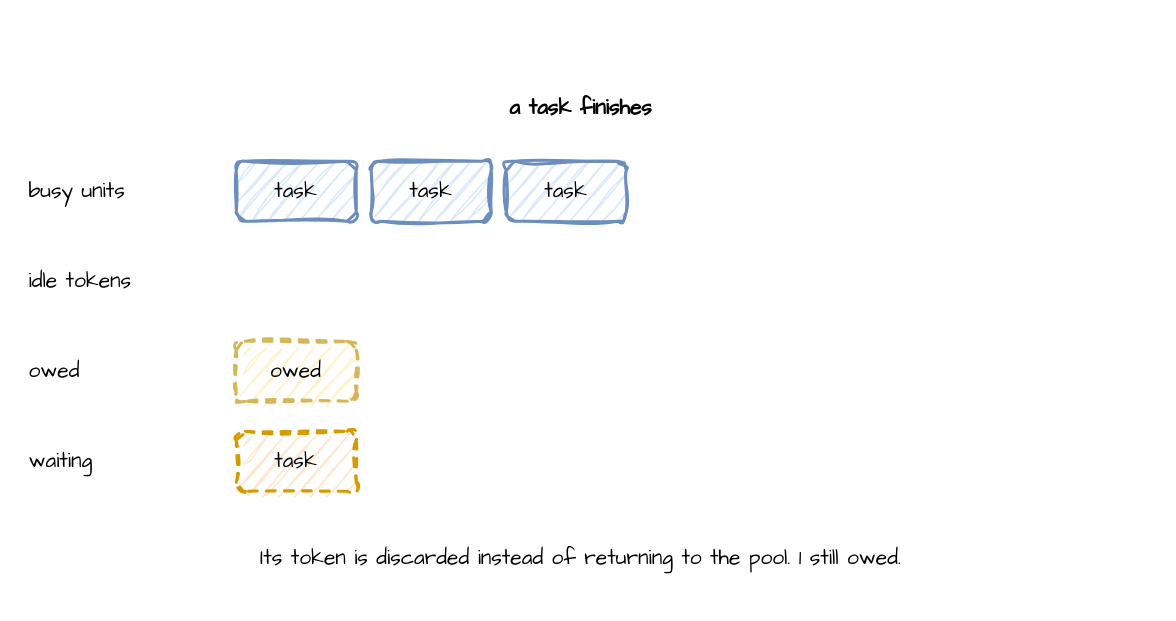
Before: page "step 3" (3 of 5) of docs/assets/diagrams/resource-shrink.drawio in jaehyeon-kim/desflow, a draw.io diagram. Source tidied: cells renumbered, new cells numbered last; positions are measured from the earlier drawing's top-left corner, leaving out a move shared by most shapes. Both pictures are drawn from the tidied source at 150%, with x=0, y=0 at pixel (26, 86).
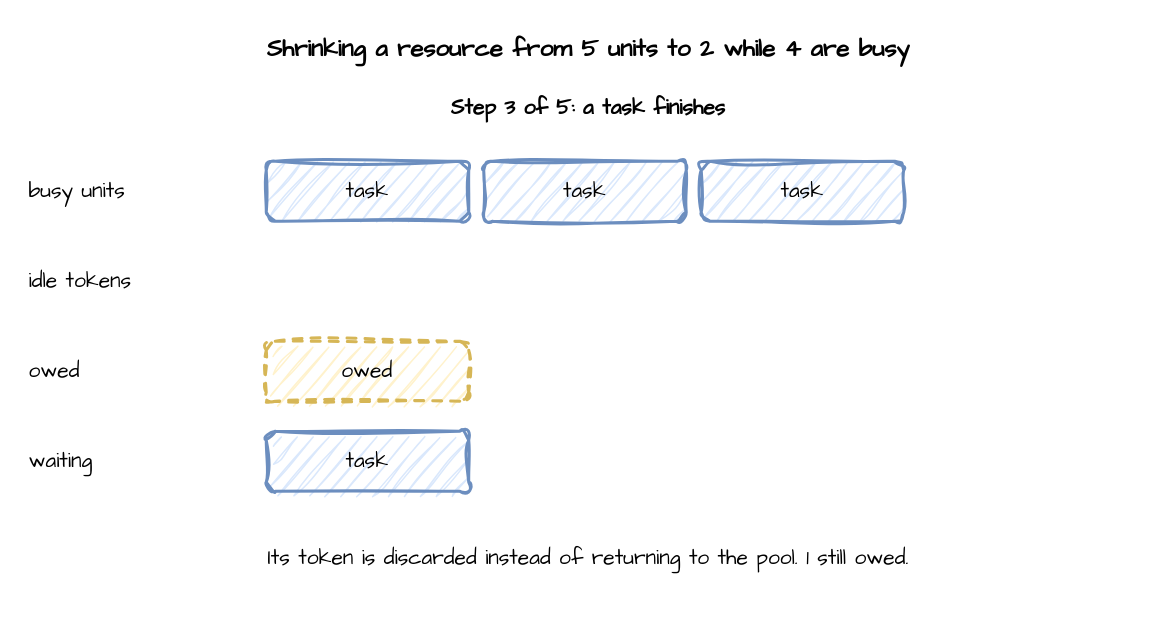
After the change.

Change to the diagram source:
```diff
@@
 <mxGraphModel>
   <root>
     <mxCell id="0" />
     <mxCell id="1" parent="0" />
+    <mxCell id="13" value="Shrinking a resource from 5 units to 2 while 4 are busy" style="text;html=1;align=center;verticalAlign=middle;whiteSpace=wrap;fontFamily=Comic Sans MS;fontSize=16;fontStyle=1;" parent="1" vertex="1">
+      <mxGeometry y="-40" width="750" height="30" as="geometry" />
+    </mxCell>
-    <mxCell id="2" value="a task finishes" style="text;html=1;align=center;verticalAlign=middle;whiteSpace=wrap;html=1;sketch=1;curveFitting=1;jiggle=2;fontFamily=Comic Sans MS;fontSize=14;fontStyle=1;" parent="1" vertex="1">
-      <mxGeometry width="740" height="30" as="geometry" />
+    <mxCell id="2" value="Step 3 of 5: a task finishes" style="text;html=1;align=center;verticalAlign=middle;whiteSpace=wrap;html=1;sketch=1;curveFitting=1;jiggle=2;fontFamily=Comic Sans MS;fontSize=14;fontStyle=1;" parent="1" vertex="1">
+      <mxGeometry width="750" height="30" as="geometry" />
     </mxCell>
     <mxCell id="3" value="busy units" style="text;html=1;align=center;verticalAlign=middle;whiteSpace=wrap;html=1;sketch=1;curveFitting=1;jiggle=2;fontFamily=Comic Sans MS;fontSize=14;align=left;" parent="1" vertex="1">
       <mxGeometry y="50" width="120" height="40" as="geometry" />
     </mxCell>
     <mxCell id="4" value="task" style="rounded=1;whiteSpace=wrap;html=1;sketch=1;curveFitting=1;jiggle=2;fontFamily=Comic Sans MS;fontSize=14;fillColor=#dae8fc;strokeColor=#6c8ebf;strokeWidth=2;" parent="1" vertex="1">
-      <mxGeometry x="140" y="50" width="80" height="40" as="geometry" />
+      <mxGeometry x="160" y="50" width="135" height="40" as="geometry" />
     </mxCell>
     <mxCell id="5" value="task" style="rounded=1;whiteSpace=wrap;html=1;sketch=1;curveFitting=1;jiggle=2;fontFamily=Comic Sans MS;fontSize=14;fillColor=#dae8fc;strokeColor=#6c8ebf;strokeWidth=2;" parent="1" vertex="1">
-      <mxGeometry x="230" y="50" width="80" height="40" as="geometry" />
+      <mxGeometry x="305" y="50" width="135" height="40" as="geometry" />
     </mxCell>
     <mxCell id="6" value="task" style="rounded=1;whiteSpace=wrap;html=1;sketch=1;curveFitting=1;jiggle=2;fontFamily=Comic Sans MS;fontSize=14;fillColor=#dae8fc;strokeColor=#6c8ebf;strokeWidth=2;" parent="1" vertex="1">
-      <mxGeometry x="320" y="50" width="80" height="40" as="geometry" />
+      <mxGeometry x="450" y="50" width="135" height="40" as="geometry" />
     </mxCell>
     <mxCell id="7" value="idle tokens" style="text;html=1;align=center;verticalAlign=middle;whiteSpace=wrap;html=1;sketch=1;curveFitting=1;jiggle=2;fontFamily=Comic Sans MS;fontSize=14;align=left;" parent="1" vertex="1">
       <mxGeometry y="110" width="120" height="40" as="geometry" />
     </mxCell>
     <mxCell id="8" value="owed" style="text;html=1;align=center;verticalAlign=middle;whiteSpace=wrap;html=1;sketch=1;curveFitting=1;jiggle=2;fontFamily=Comic Sans MS;fontSize=14;align=left;" parent="1" vertex="1">
       <mxGeometry y="170" width="120" height="40" as="geometry" />
     </mxCell>
     <mxCell id="9" value="owed" style="rounded=1;whiteSpace=wrap;html=1;sketch=1;curveFitting=1;jiggle=2;fontFamily=Comic Sans MS;fontSize=14;fillColor=#fff2cc;strokeColor=#d6b656;strokeWidth=2;dashed=1;" parent="1" vertex="1">
-      <mxGeometry x="140" y="170" width="80" height="40" as="geometry" />
+      <mxGeometry x="160" y="170" width="135" height="40" as="geometry" />
     </mxCell>
     <mxCell id="10" value="waiting" style="text;html=1;align=center;verticalAlign=middle;whiteSpace=wrap;html=1;sketch=1;curveFitting=1;jiggle=2;fontFamily=Comic Sans MS;fontSize=14;align=left;" parent="1" vertex="1">
       <mxGeometry y="230" width="120" height="40" as="geometry" />
     </mxCell>
-    <mxCell id="11" value="task" style="rounded=1;whiteSpace=wrap;html=1;sketch=1;curveFitting=1;jiggle=2;fontFamily=Comic Sans MS;fontSize=14;fillColor=#ffe6cc;strokeColor=#d79b00;strokeWidth=2;dashed=1;" parent="1" vertex="1">
-      <mxGeometry x="140" y="230" width="80" height="40" as="geometry" />
+    <mxCell id="11" value="task" style="rounded=1;whiteSpace=wrap;html=1;sketch=1;curveFitting=1;jiggle=2;fontFamily=Comic Sans MS;fontSize=14;fillColor=#dae8fc;strokeColor=#6c8ebf;strokeWidth=2;" parent="1" vertex="1">
+      <mxGeometry x="160" y="230" width="135" height="40" as="geometry" />
     </mxCell>
     <mxCell id="12" value="Its token is discarded instead of returning to the pool. 1 still owed." style="text;html=1;align=center;verticalAlign=middle;whiteSpace=wrap;html=1;sketch=1;curveFitting=1;jiggle=2;fontFamily=Comic Sans MS;fontSize=14;" parent="1" vertex="1">
-      <mxGeometry y="290" width="740" height="50" as="geometry" />
+      <mxGeometry y="290" width="750" height="50" as="geometry" />
     </mxCell>
   </root>
 </mxGraphModel>
```
